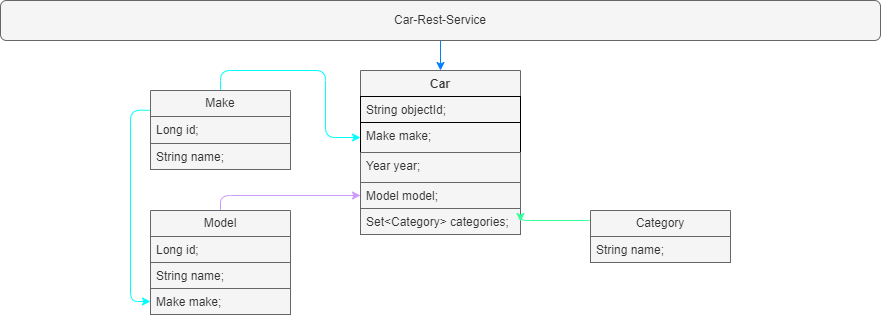
Above: docs/car-rest-service.png in Volodymyr-Petrunin/Car-Rest-Service (draw.io), before the change. Source tidied: cells renumbered, new cells last; positions are measured from the earlier drawing's top-left corner, leaving out a move shared by most shapes.
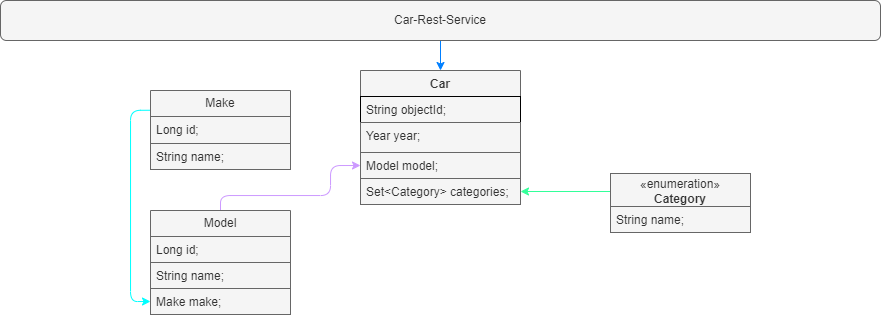
After the change.

The edit, as a diff of the source:
```diff
@@ -9,26 +9,20 @@
       <mxGeometry width="880" height="40" as="geometry" />
     </mxCell>
     <mxCell id="4" value="Car" style="swimlane;fontStyle=1;align=center;verticalAlign=top;horizontal=1;startSize=26;whiteSpace=wrap;html=1;glass=0;shadow=0;rounded=0;swimlaneFillColor=default;fillColor=#f5f5f5;fontColor=#333333;strokeColor=#666666;" parent="1" vertex="1">
-      <mxGeometry x="360" y="70" width="160" height="164" as="geometry" />
+      <mxGeometry x="360" y="70" width="160" height="134" as="geometry" />
     </mxCell>
     <mxCell id="5" value="String&amp;nbsp;objectId;" style="text;strokeColor=default;fillColor=#f5f5f5;align=left;verticalAlign=top;spacingLeft=4;spacingRight=4;overflow=hidden;whiteSpace=wrap;html=1;fontColor=#333333;" parent="4" vertex="1">
       <mxGeometry y="26" width="160" height="26" as="geometry" />
     </mxCell>
-    <mxCell id="6" value="Make make;" style="text;strokeColor=default;fillColor=#f5f5f5;align=left;verticalAlign=top;spacingLeft=4;spacingRight=4;overflow=hidden;points=[[0,0.5],[1,0.5]];portConstraint=eastwest;whiteSpace=wrap;html=1;fontColor=#333333;" parent="4" vertex="1">
-      <mxGeometry y="52" width="160" height="30" as="geometry" />
-    </mxCell>
     <mxCell id="7" value="Year year;" style="text;strokeColor=#666666;fillColor=#f5f5f5;align=left;verticalAlign=top;spacingLeft=4;spacingRight=4;overflow=hidden;whiteSpace=wrap;html=1;fontColor=#333333;" parent="4" vertex="1">
-      <mxGeometry y="82" width="160" height="30" as="geometry" />
+      <mxGeometry y="52" width="160" height="30" as="geometry" />
     </mxCell>
     <mxCell id="8" value="Model model;" style="text;strokeColor=#666666;fillColor=#f5f5f5;align=left;verticalAlign=top;spacingLeft=4;spacingRight=4;overflow=hidden;points=[[0,0.5],[1,0.5]];portConstraint=eastwest;whiteSpace=wrap;html=1;fontColor=#333333;" parent="4" vertex="1">
-      <mxGeometry y="112" width="160" height="26" as="geometry" />
+      <mxGeometry y="82" width="160" height="26" as="geometry" />
     </mxCell>
     <mxCell id="9" value="Set&amp;lt;Category&amp;gt; categories;" style="text;strokeColor=#666666;fillColor=#f5f5f5;align=left;verticalAlign=top;spacingLeft=4;spacingRight=4;overflow=hidden;points=[[0,0.5],[1,0.5]];portConstraint=eastwest;whiteSpace=wrap;html=1;fontColor=#333333;" parent="4" vertex="1">
-      <mxGeometry y="138" width="160" height="26" as="geometry" />
+      <mxGeometry y="108" width="160" height="26" as="geometry" />
     </mxCell>
-    <mxCell id="10" style="edgeStyle=orthogonalEdgeStyle;rounded=1;jettySize=auto;html=1;exitX=0.5;exitY=0;exitDx=0;exitDy=0;entryX=0;entryY=0.5;entryDx=0;entryDy=0;curved=0;strokeColor=#00FFFF;" parent="1" edge="1" source="12" target="6">
-      <mxGeometry relative="1" as="geometry" />
-    </mxCell>
     <mxCell id="11" style="edgeStyle=orthogonalEdgeStyle;rounded=1;jettySize=auto;html=1;entryX=0;entryY=0.5;entryDx=0;entryDy=0;curved=0;strokeColor=#00FFFF;exitX=0;exitY=0.25;exitDx=0;exitDy=0;" parent="1" edge="1" source="12" target="19">
       <mxGeometry relative="1" as="geometry">
         <Array as="points">
@@ -50,6 +44,8 @@
       <mxGeometry relative="1" as="geometry">
         <Array as="points">
           <mxPoint x="220" y="195" />
+          <mxPoint x="330" y="195" />
+          <mxPoint x="330" y="165" />
         </Array>
       </mxGeometry>
     </mxCell>
@@ -65,19 +61,14 @@
     <mxCell id="19" value="Make make;" style="text;strokeColor=#666666;fillColor=#f5f5f5;align=left;verticalAlign=top;spacingLeft=4;spacingRight=4;overflow=hidden;points=[[0,0.5],[1,0.5]];portConstraint=eastwest;whiteSpace=wrap;html=1;fontColor=#333333;" parent="16" vertex="1">
       <mxGeometry y="78" width="140" height="26" as="geometry" />
     </mxCell>
-    <mxCell id="20" style="edgeStyle=orthogonalEdgeStyle;rounded=1;jettySize=auto;html=1;exitX=0.017;exitY=0.126;exitDx=0;exitDy=0;entryX=1;entryY=0.5;entryDx=0;entryDy=0;curved=0;strokeColor=#33FF99;exitPerimeter=0;" parent="1" edge="1" source="21" target="9">
-      <mxGeometry relative="1" as="geometry">
-        <Array as="points">
-          <mxPoint x="591" y="220" />
-          <mxPoint x="520" y="220" />
-        </Array>
-      </mxGeometry>
-    </mxCell>
-    <mxCell id="21" value="Category" style="swimlane;fontStyle=0;horizontal=1;startSize=26;fillColor=#f5f5f5;whiteSpace=wrap;html=1;swimlaneFillColor=default;fontColor=#333333;strokeColor=#666666;" parent="1" vertex="1">
-      <mxGeometry x="590" y="210" width="140" height="52" as="geometry" />
-    </mxCell>
+    <mxCell id="23" style="edgeStyle=orthogonalEdgeStyle;rounded=1;jettySize=auto;html=1;exitX=0;exitY=0.5;exitDx=0;exitDy=0;entryX=1;entryY=0.5;entryDx=0;entryDy=0;curved=0;strokeColor=#33FF99;" parent="1" edge="1" source="24" target="9">
+      <mxGeometry relative="1" as="geometry" />
+    </mxCell>
+    <mxCell id="24" value="«enumeration&lt;span style=&quot;background-color: initial;&quot;&gt;»&lt;/span&gt;&lt;br&gt;&lt;b&gt;Category&lt;/b&gt;" style="html=1;whiteSpace=wrap;fillColor=#f5f5f5;fontColor=#333333;strokeColor=#666666;" parent="1" vertex="1">
+      <mxGeometry x="610" y="173" width="140" height="36" as="geometry" />
+    </mxCell>
-    <mxCell id="22" value="String name;" style="text;strokeColor=#666666;fillColor=#f5f5f5;align=left;verticalAlign=top;spacingLeft=4;spacingRight=4;overflow=hidden;whiteSpace=wrap;html=1;fontColor=#333333;" parent="21" vertex="1">
-      <mxGeometry y="26" width="140" height="26" as="geometry" />
+    <mxCell id="22" value="String name;" style="text;strokeColor=#666666;fillColor=#f5f5f5;align=left;verticalAlign=top;spacingLeft=4;spacingRight=4;overflow=hidden;whiteSpace=wrap;html=1;fontColor=#333333;" parent="1" vertex="1">
+      <mxGeometry x="610" y="206" width="140" height="26" as="geometry" />
     </mxCell>
   </root>
 </mxGraphModel>
```
